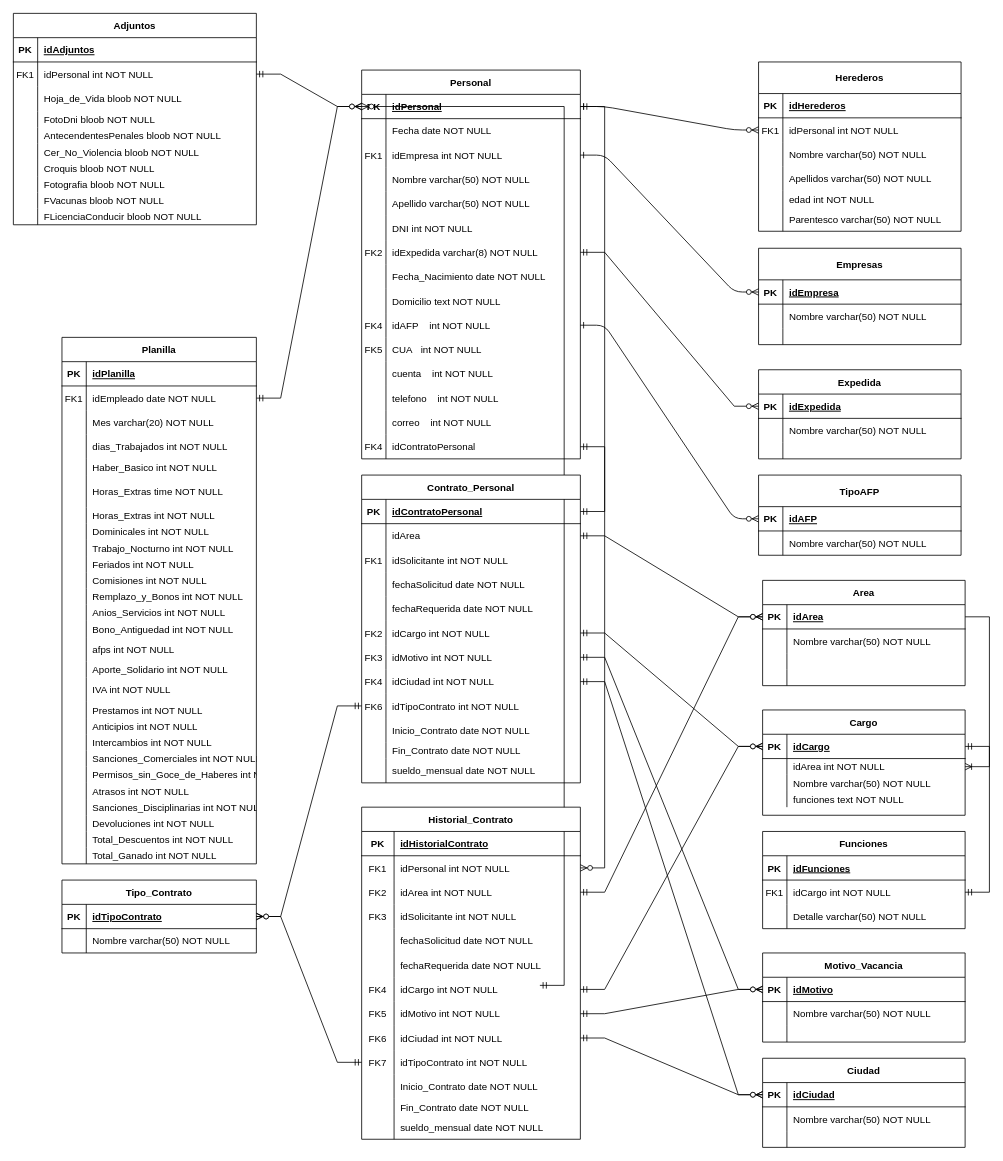
The draw.io diagram Diagrama sin título.drawio in tomyivan/diagramas-DB, before the edit. Source tidied: cells renumbered, new cells numbered last; positions are measured from the earlier drawing's top-left corner, leaving out a move shared by most shapes. Both pictures are drawn from the tidied source at 81%, with x=0, y=0 at pixel (13, 13).
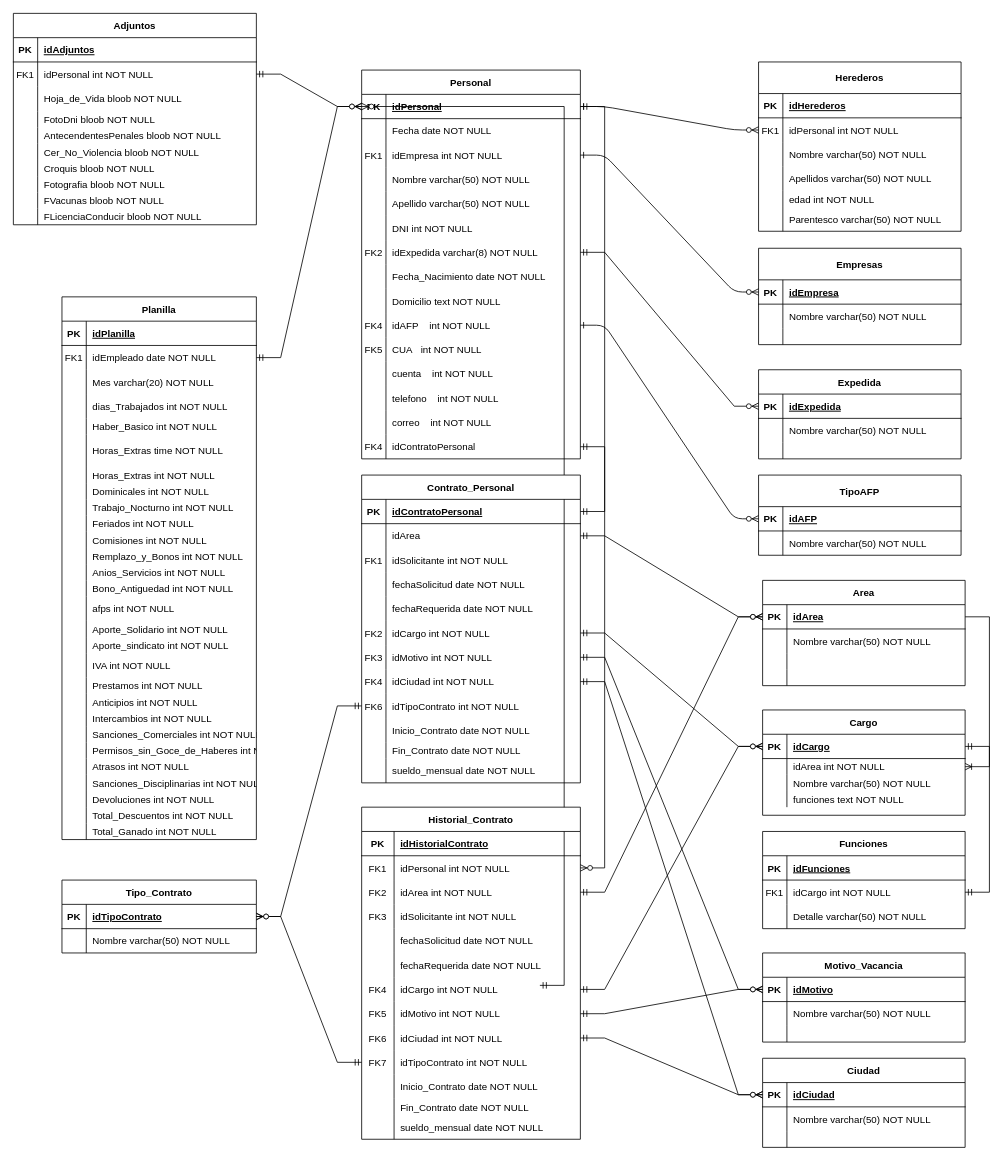
The same page after the edit.

Change to the diagram source:
```diff
@@
     <mxCell id="118" value="Planilla" style="shape=table;startSize=30;childLayout=tableLayout;rowLines=0;fontStyle=1;align=center;" parent="1" vertex="1">
-      <mxGeometry x="60" y="400" width="240" height="650" as="geometry" />
+      <mxGeometry x="60" y="350" width="240" height="670" as="geometry" />
     </mxCell>
@@
+    <mxCell id="368" style="shape=partialRectangle;fillColor=none;top=0;left=0;right=0;bottom=0;" parent="118" vertex="1">
+      <mxGeometry y="420" width="240" height="20" as="geometry" />
+    </mxCell>
+    <mxCell id="369" style="shape=partialRectangle;overflow=hidden;fillColor=none;top=0;left=0;bottom=0;right=0;" parent="368" vertex="1">
+      <mxGeometry width="30" height="20" as="geometry" />
+    </mxCell>
+    <mxCell id="370" value="Aporte_sindicato int NOT NULL" style="shape=partialRectangle;overflow=hidden;fillColor=none;top=0;left=0;bottom=0;right=0;align=left;spacingLeft=6;" parent="368" vertex="1">
+      <mxGeometry x="30" width="210" height="20" as="geometry" />
+    </mxCell>
     <mxCell id="167" style="shape=partialRectangle;fillColor=none;top=0;left=0;right=0;bottom=0;" parent="118" vertex="1">
-      <mxGeometry y="420" width="240" height="30" as="geometry" />
+      <mxGeometry y="440" width="240" height="30" as="geometry" />
     </mxCell>
@@
     <mxCell id="170" style="shape=partialRectangle;fillColor=none;top=0;left=0;right=0;bottom=0;" parent="118" vertex="1">
-      <mxGeometry y="450" width="240" height="20" as="geometry" />
+      <mxGeometry y="470" width="240" height="20" as="geometry" />
     </mxCell>
@@
     <mxCell id="173" style="shape=partialRectangle;fillColor=none;top=0;left=0;right=0;bottom=0;" parent="118" vertex="1">
-      <mxGeometry y="470" width="240" height="20" as="geometry" />
+      <mxGeometry y="490" width="240" height="20" as="geometry" />
     </mxCell>
@@
     <mxCell id="176" style="shape=partialRectangle;fillColor=none;top=0;left=0;right=0;bottom=0;" parent="118" vertex="1">
-      <mxGeometry y="490" width="240" height="20" as="geometry" />
+      <mxGeometry y="510" width="240" height="20" as="geometry" />
     </mxCell>
@@
     <mxCell id="179" style="shape=partialRectangle;fillColor=none;top=0;left=0;right=0;bottom=0;" parent="118" vertex="1">
-      <mxGeometry y="510" width="240" height="20" as="geometry" />
+      <mxGeometry y="530" width="240" height="20" as="geometry" />
     </mxCell>
@@
     <mxCell id="182" style="shape=partialRectangle;fillColor=none;top=0;left=0;right=0;bottom=0;" parent="118" vertex="1">
-      <mxGeometry y="530" width="240" height="20" as="geometry" />
+      <mxGeometry y="550" width="240" height="20" as="geometry" />
     </mxCell>
@@
     <mxCell id="185" style="shape=partialRectangle;fillColor=none;top=0;left=0;right=0;bottom=0;" parent="118" vertex="1">
-      <mxGeometry y="550" width="240" height="20" as="geometry" />
+      <mxGeometry y="570" width="240" height="20" as="geometry" />
     </mxCell>
@@
     <mxCell id="188" style="shape=partialRectangle;fillColor=none;top=0;left=0;right=0;bottom=0;" parent="118" vertex="1">
-      <mxGeometry y="570" width="240" height="20" as="geometry" />
+      <mxGeometry y="590" width="240" height="20" as="geometry" />
     </mxCell>
@@
     <mxCell id="191" style="shape=partialRectangle;fillColor=none;top=0;left=0;right=0;bottom=0;" parent="118" vertex="1">
-      <mxGeometry y="590" width="240" height="20" as="geometry" />
+      <mxGeometry y="610" width="240" height="20" as="geometry" />
     </mxCell>
@@
     <mxCell id="194" style="shape=partialRectangle;fillColor=none;top=0;left=0;right=0;bottom=0;" parent="118" vertex="1">
-      <mxGeometry y="610" width="240" height="20" as="geometry" />
+      <mxGeometry y="630" width="240" height="20" as="geometry" />
     </mxCell>
@@
     <mxCell id="197" style="shape=partialRectangle;fillColor=none;top=0;left=0;right=0;bottom=0;" parent="118" vertex="1">
-      <mxGeometry y="630" width="240" height="20" as="geometry" />
+      <mxGeometry y="650" width="240" height="20" as="geometry" />
     </mxCell>
```
